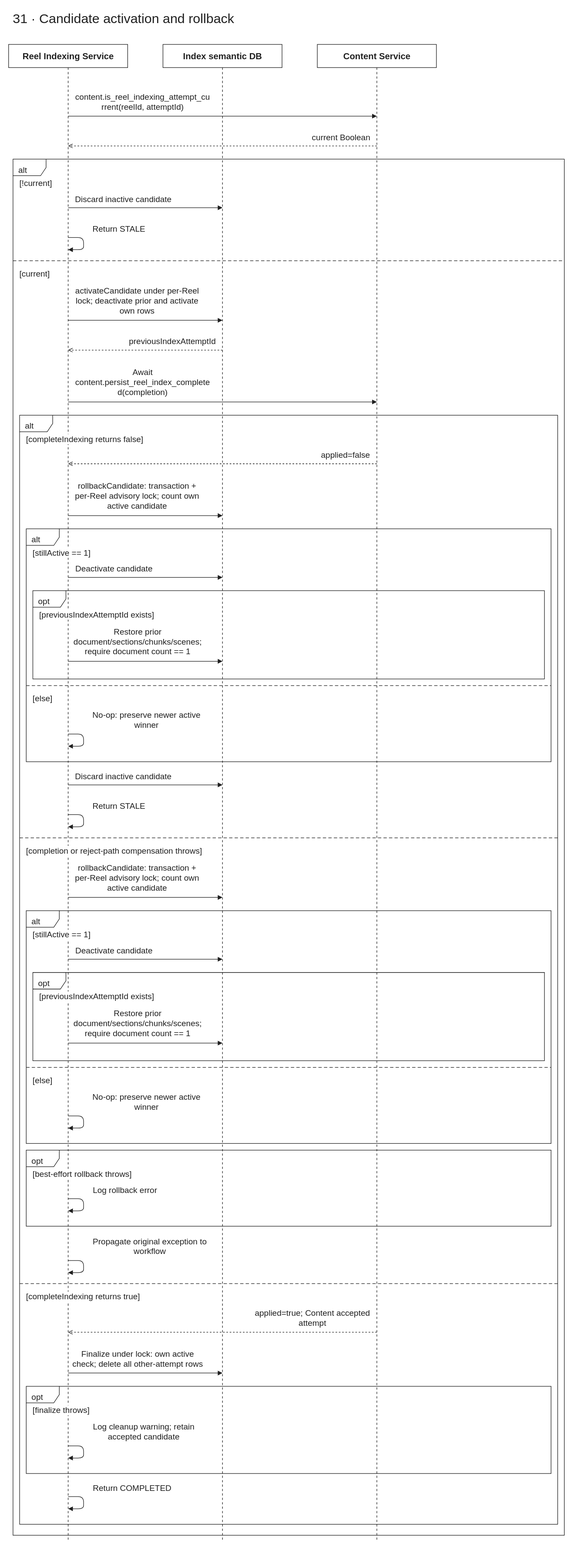
HieuCuteDangYeu/velora-backend keeps this draw.io diagram as docs/diagrams/velora-current/importable-svg/31-index-commit.drawio.svg. Above is the earlier version. Source tidied: cells renumbered, new cells last; positions are measured from the earlier drawing's top-left corner, leaving out a move shared by most shapes.
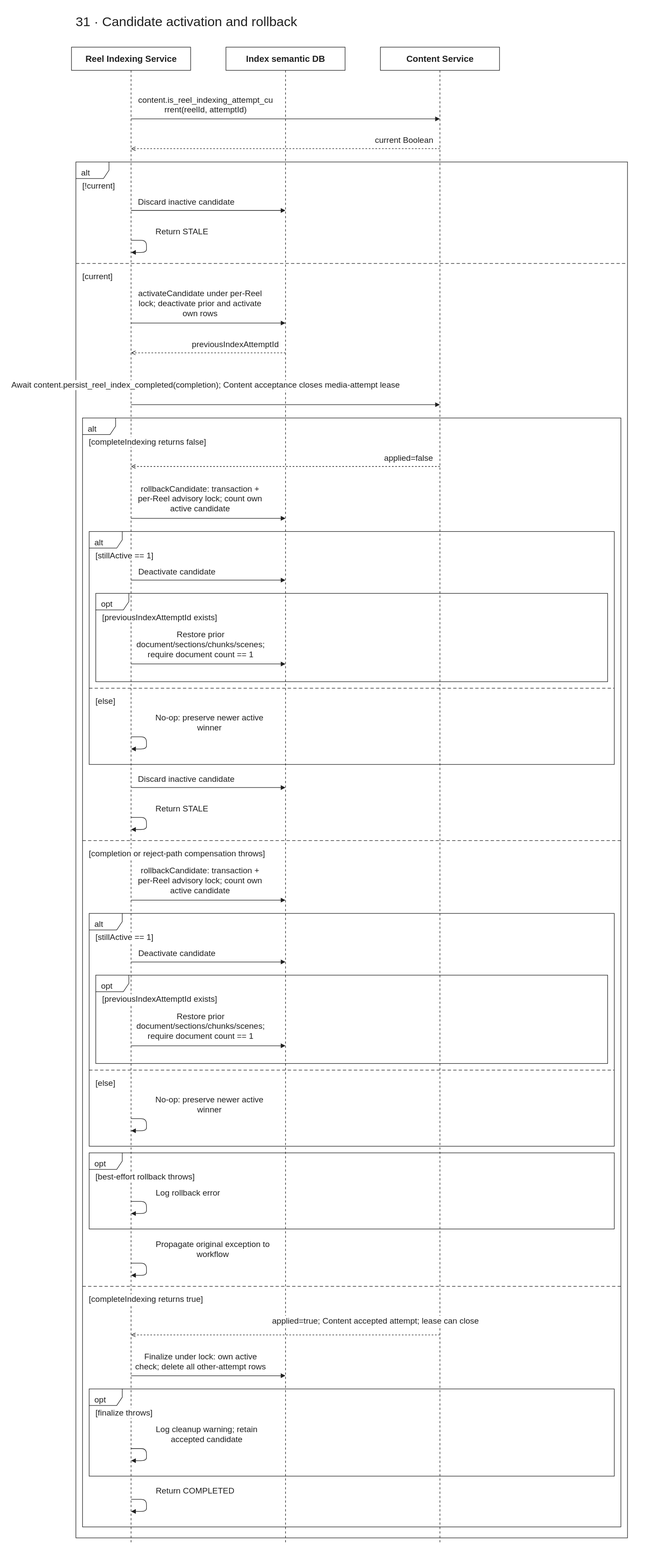
Later version of the same file.

The edit, as a diff of the source:
```diff
@@ -130,7 +130,7 @@
         <mxPoint x="108" y="619" as="targetPoint" />
       </mxGeometry>
     </mxCell>
-    <mxCell id="29" value="Await&lt;br&gt;content.persist_reel_index_complete&lt;br&gt;d(completion)" style="html=1;strokeColor=light-dark(#202020,#eeeeee);strokeWidth=1;fontColor=light-dark(#202020,#eeeeee);fontSize=15;labelBackgroundColor=light-dark(#ffffff,#181818);labelBorderColor=none;spacing=0;align=center;verticalAlign=middle;endArrow=block;endFill=1;labelWidth=253;fontFamily=Arial;" parent="1" edge="1">
+    <mxCell id="29" value="Await content.persist_reel_index_completed(completion); Content acceptance closes media-attempt lease" style="html=1;strokeColor=light-dark(#202020,#eeeeee);strokeWidth=1;fontColor=light-dark(#202020,#eeeeee);fontSize=15;labelBackgroundColor=light-dark(#ffffff,#181818);labelBorderColor=none;spacing=0;align=center;verticalAlign=middle;endArrow=block;endFill=1;labelWidth=253;fontFamily=Arial;" parent="1" edge="1">
       <mxGeometry x="-0.52" y="36" relative="1" as="geometry">
         <mxPoint x="108" y="713" as="sourcePoint" />
         <mxPoint x="668" y="713" as="targetPoint" />
@@ -269,7 +269,7 @@
     <mxCell id="52" value="[completeIndexing returns true]" style="text;html=1;whiteSpace=wrap;fontSize=15;align=left;verticalAlign=top;spacing=0;fontColor=light-dark(#202020,#eeeeee);fillColor=none;labelBackgroundColor=light-dark(#ffffff,#181818);strokeColor=none;fontFamily=Arial;" parent="1" vertex="1">
       <mxGeometry x="32" y="2321" width="211" height="22" as="geometry" />
     </mxCell>
-    <mxCell id="53" value="applied=true; Content accepted&lt;br&gt;attempt" style="html=1;strokeColor=light-dark(#202020,#eeeeee);strokeWidth=1;fontColor=light-dark(#202020,#eeeeee);fontSize=15;labelBackgroundColor=light-dark(#ffffff,#181818);labelBorderColor=none;spacing=0;align=center;verticalAlign=middle;endArrow=open;endFill=0;dashed=1;labelWidth=217;fontFamily=Arial;" parent="1" edge="1">
+    <mxCell id="53" value="applied=true; Content accepted attempt; lease can close" style="html=1;strokeColor=light-dark(#202020,#eeeeee);strokeWidth=1;fontColor=light-dark(#202020,#eeeeee);fontSize=15;labelBackgroundColor=light-dark(#ffffff,#181818);labelBorderColor=none;spacing=0;align=center;verticalAlign=middle;endArrow=open;endFill=0;dashed=1;labelWidth=217;fontFamily=Arial;" parent="1" edge="1">
       <mxGeometry x="-0.58" y="-26" relative="1" as="geometry">
         <mxPoint x="668" y="2399" as="sourcePoint" />
         <mxPoint x="108" y="2399" as="targetPoint" />
```
